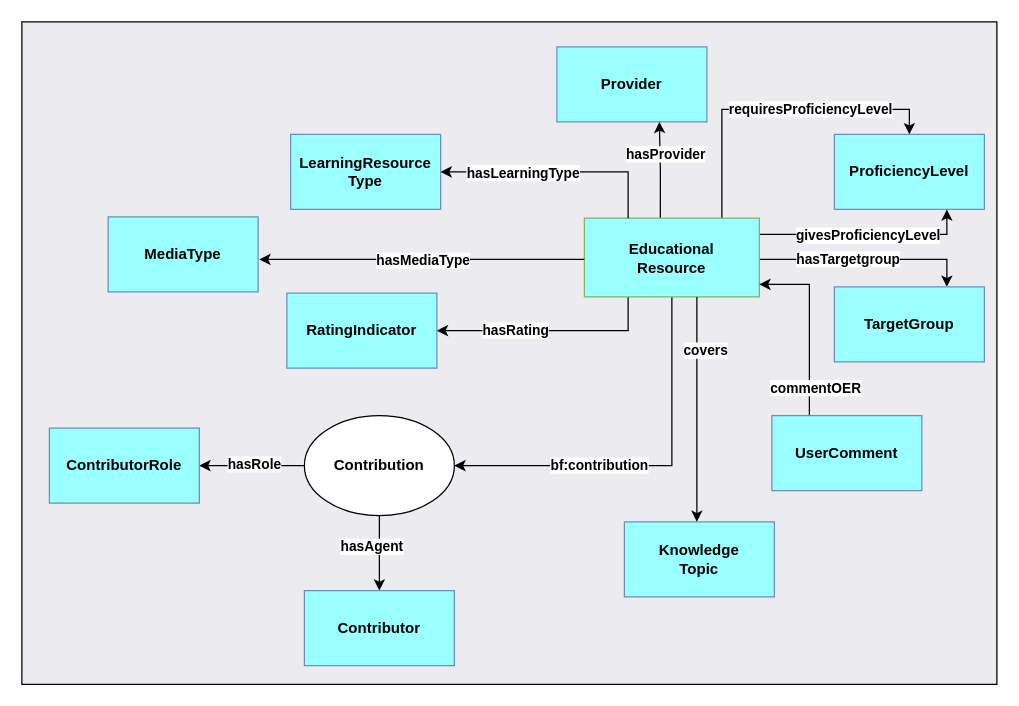
The draw.io diagram visualisations/EducationalResourcePattern_CD.drawio in data-literacy-alliance/dalia-ontology, before the edit. Source tidied: cells renumbered, new cells numbered last; positions are measured from the earlier drawing's top-left corner, leaving out a move shared by most shapes. Both pictures are drawn from the tidied source at 125%, with x=0, y=0 at pixel (21, 21).
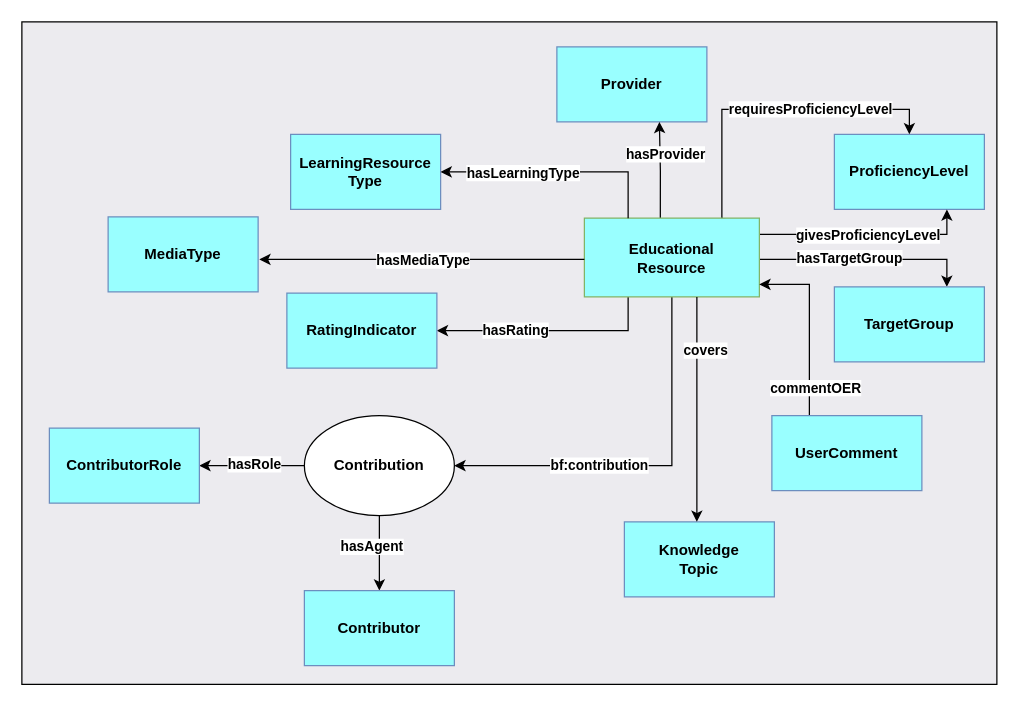
The same diagram, later.

Change to the diagram source:
```diff
@@
-    <mxCell id="32" value="&lt;b style=&quot;border-color: var(--border-color);&quot;&gt;hasTargetgroup&lt;/b&gt;" style="edgeLabel;html=1;align=center;verticalAlign=middle;" parent="1" vertex="1">
-      <mxGeometry x="660" y="189" as="geometry" />
+    <mxCell id="32" value="&lt;b style=&quot;border-color: var(--border-color);&quot;&gt;hasTargetGroup&lt;/b&gt;" style="edgeLabel;html=1;align=center;verticalAlign=middle;" parent="1" vertex="1">
+      <mxGeometry x="660" y="189" as="geometry">
+        <mxPoint x="1" y="-1" as="offset" />
+      </mxGeometry>
     </mxCell>
```
